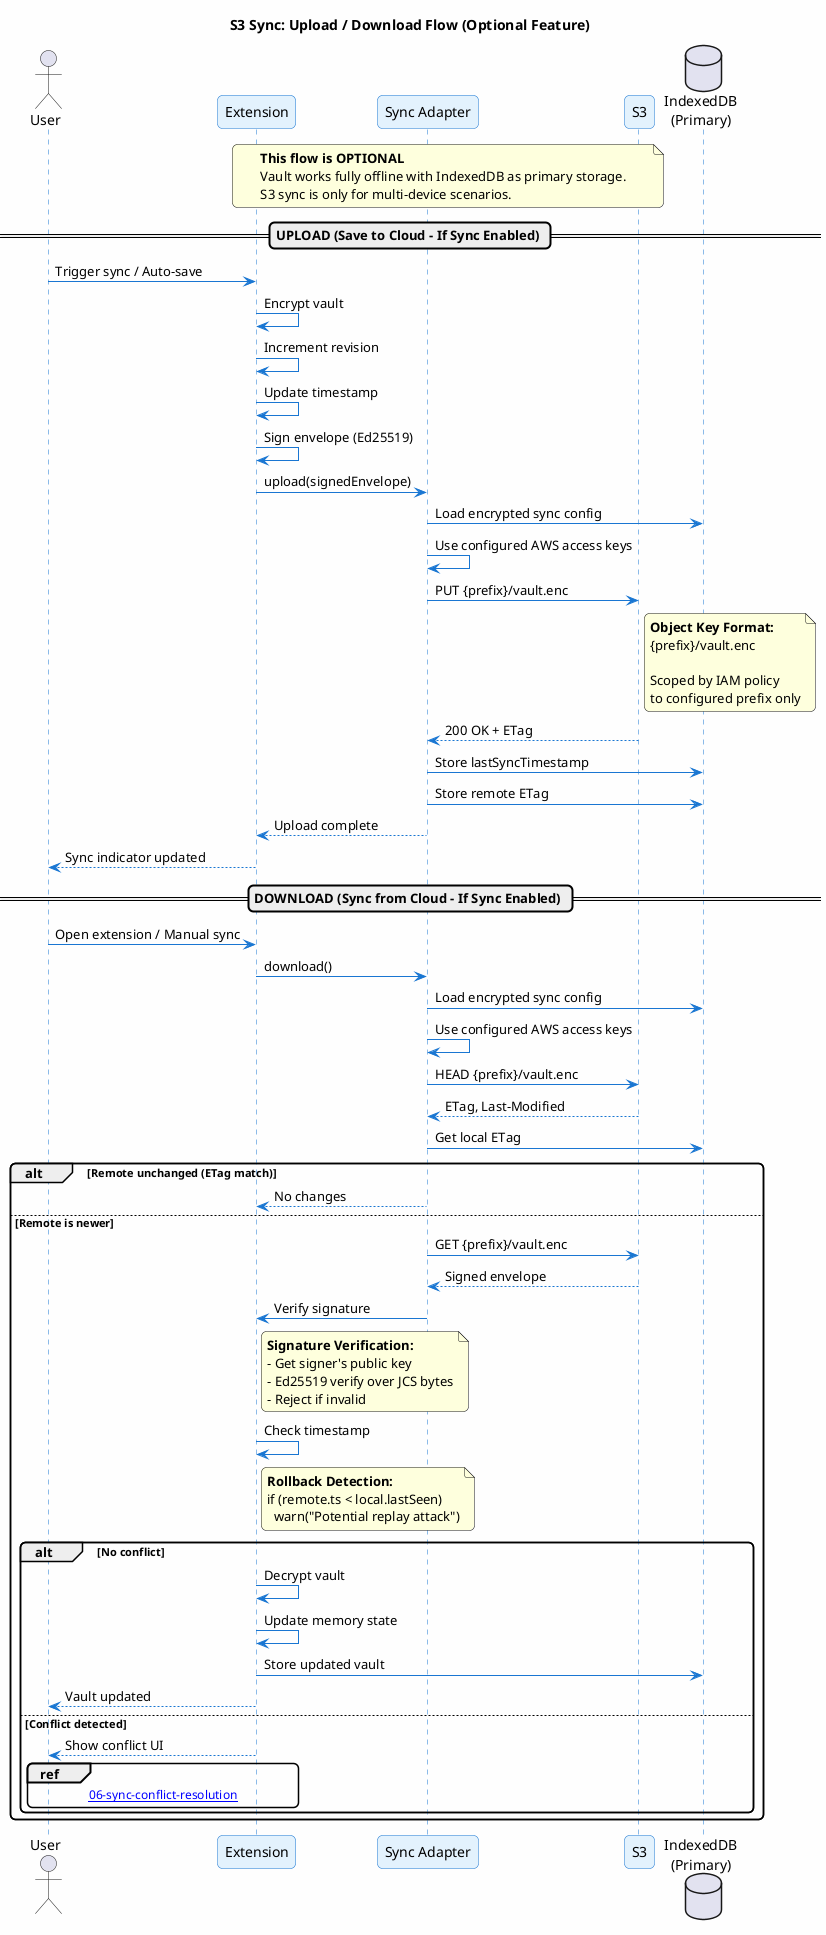
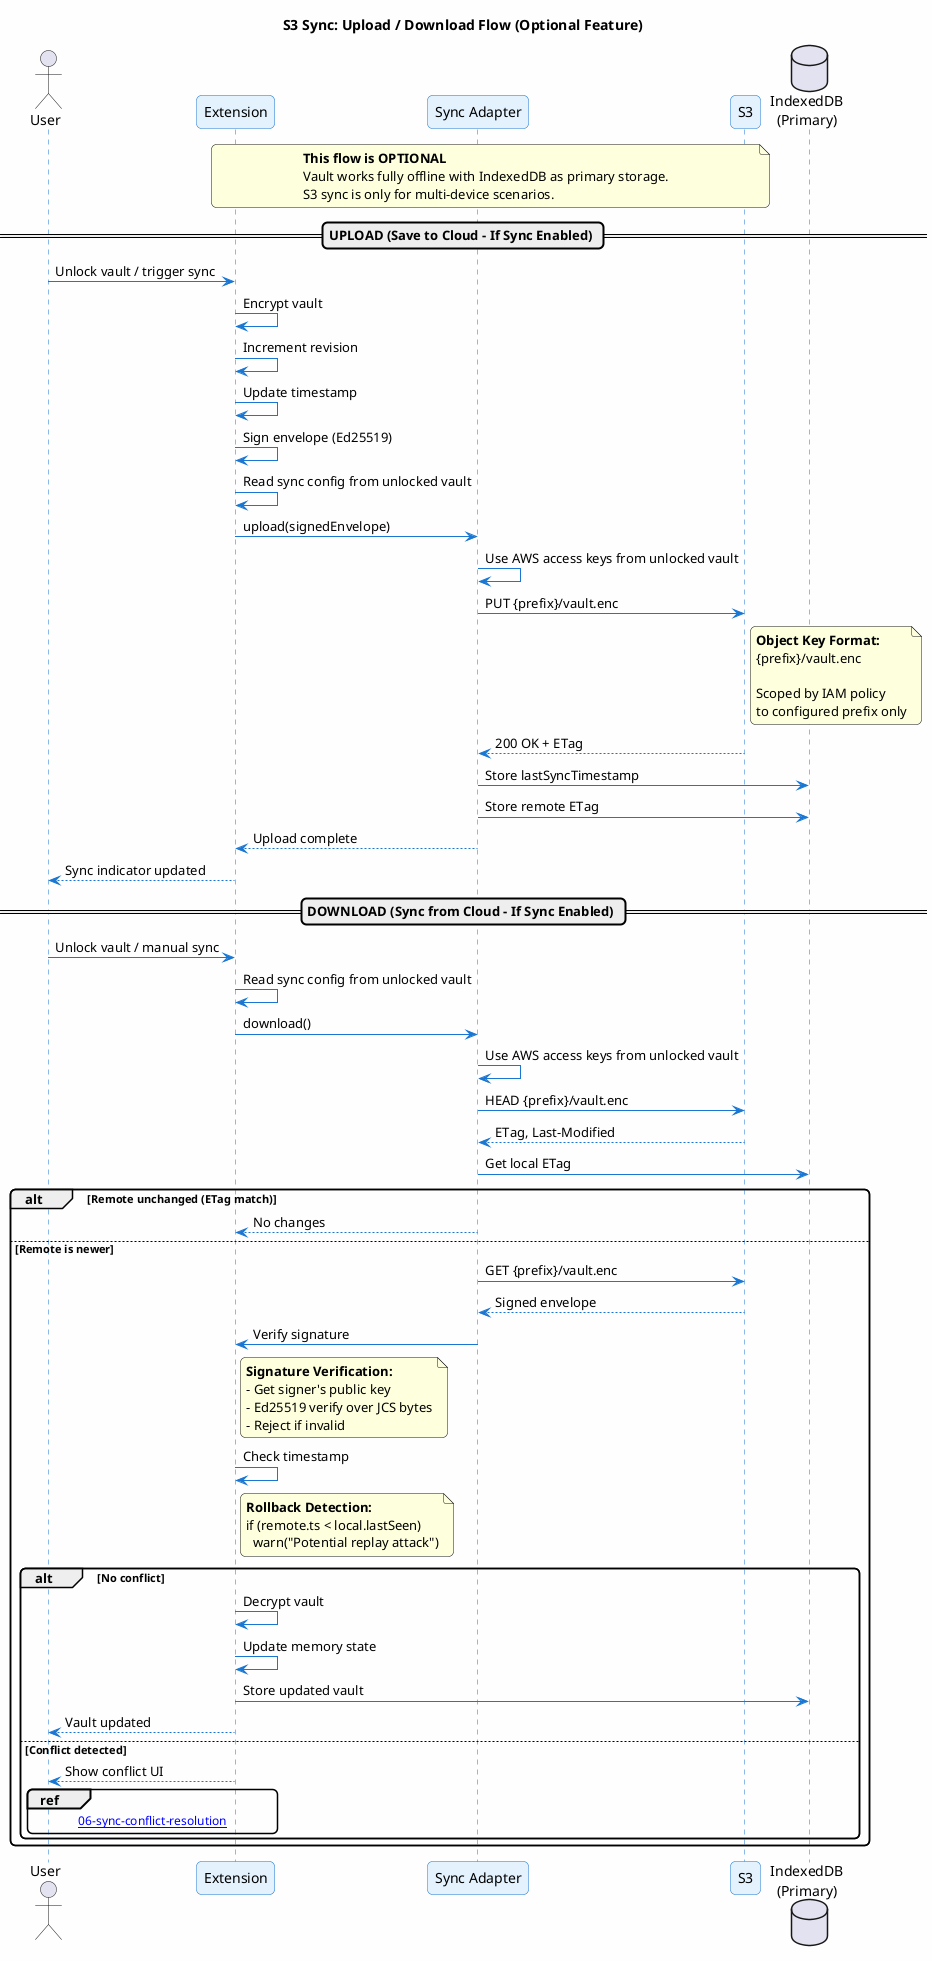
@startuml 02-cloud-sync-upload-download
title S3 Sync: Upload / Download Flow (Optional Feature)

skinparam backgroundColor #FEFEFE
skinparam roundcorner 10
skinparam shadowing false

skinparam sequence {
    ArrowColor #1976D2
    LifeLineBorderColor #1976D2
    ParticipantBackgroundColor #E3F2FD
    ParticipantBorderColor #1976D2
}

actor User as user
participant "Extension" as ext
participant "Sync Adapter" as sync
participant "S3" as s3
database "IndexedDB\n(Primary)" as idb

note over ext, s3
    **This flow is OPTIONAL**
    Vault works fully offline with IndexedDB as primary storage.
    S3 sync is only for multi-device scenarios.
end note

== UPLOAD (Save to Cloud - If Sync Enabled) ==

- user -> ext : Trigger sync / Auto-save
+ user -> ext : Unlock vault / trigger sync
ext -> ext : Encrypt vault
ext -> ext : Increment revision
ext -> ext : Update timestamp
ext -> ext : Sign envelope (Ed25519)
+ ext -> ext : Read sync config from unlocked vault

ext -> sync : upload(signedEnvelope)

- sync -> idb : Load encrypted sync config
- sync -> sync : Use configured AWS access keys
+ sync -> sync : Use AWS access keys from unlocked vault

sync -> s3 : PUT {prefix}/vault.enc
note right of s3
    **Object Key Format:**
    {prefix}/vault.enc

    Scoped by IAM policy
    to configured prefix only
end note

s3 --> sync : 200 OK + ETag

sync -> idb : Store lastSyncTimestamp
sync -> idb : Store remote ETag
sync --> ext : Upload complete

ext --> user : Sync indicator updated

== DOWNLOAD (Sync from Cloud - If Sync Enabled) ==

- user -> ext : Open extension / Manual sync
+ user -> ext : Unlock vault / manual sync
+ ext -> ext : Read sync config from unlocked vault
ext -> sync : download()

- sync -> idb : Load encrypted sync config
- sync -> sync : Use configured AWS access keys
+ sync -> sync : Use AWS access keys from unlocked vault

sync -> s3 : HEAD {prefix}/vault.enc
s3 --> sync : ETag, Last-Modified

sync -> idb : Get local ETag
alt Remote unchanged (ETag match)
    sync --> ext : No changes
else Remote is newer
    sync -> s3 : GET {prefix}/vault.enc
    s3 --> sync : Signed envelope

    sync -> ext : Verify signature
    note right of ext
        **Signature Verification:**
        - Get signer's public key
        - Ed25519 verify over JCS bytes
        - Reject if invalid
    end note

    ext -> ext : Check timestamp
    note right of ext
        **Rollback Detection:**
        if (remote.ts < local.lastSeen)
          warn("Potential replay attack")
    end note

    alt No conflict
        ext -> ext : Decrypt vault
        ext -> ext : Update memory state
        ext -> idb : Store updated vault
        ext --> user : Vault updated
    else Conflict detected
        ext --> user : Show conflict UI
        ref over user, ext : [[06-sync-conflict-resolution]]
    end
end

@enduml
